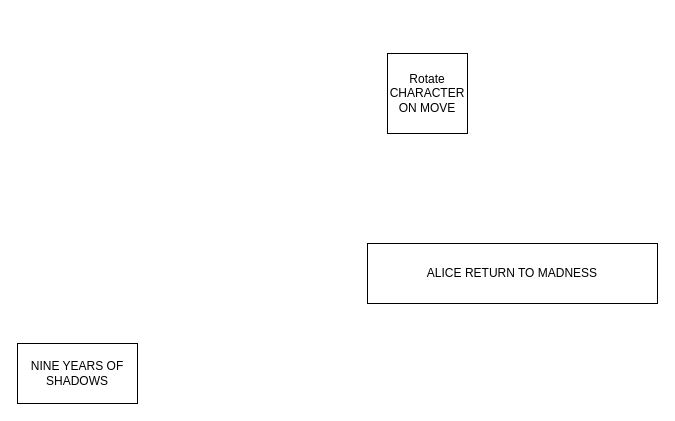
SantoLeSaintPere/EPSAA-2024-BOSS-RUSH keeps this draw.io diagram as GDD.drawio. Above is the earlier version. Source tidied: cells renumbered, new cells numbered last; positions are measured from the earlier drawing's top-left corner, leaving out a move shared by most shapes. Both pictures are drawn from the tidied source at 100%, with x=0, y=0 at pixel (17, 53).
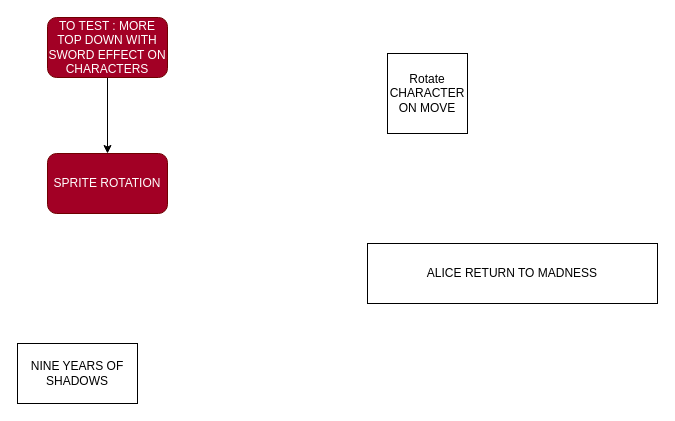
After the change.

Diff of the diagram source:
```diff
@@
 <mxGraphModel>
   <root>
     <mxCell id="0" />
     <mxCell id="1" parent="0" />
     <mxCell id="2" value="Rotate CHARACTER ON MOVE" style="whiteSpace=wrap;html=1;" parent="1" vertex="1">
       <mxGeometry x="370" width="80" height="80" as="geometry" />
     </mxCell>
     <mxCell id="3" value="ALICE RETURN TO MADNESS" style="rounded=0;whiteSpace=wrap;html=1;" parent="1" vertex="1">
       <mxGeometry x="350" y="190" width="290" height="60" as="geometry" />
     </mxCell>
     <mxCell id="4" value="NINE YEARS OF SHADOWS" style="rounded=0;whiteSpace=wrap;html=1;" parent="1" vertex="1">
       <mxGeometry y="290" width="120" height="60" as="geometry" />
     </mxCell>
+    <mxCell id="5" style="edgeStyle=orthogonalEdgeStyle;rounded=0;jettySize=auto;html=1;exitX=0.5;exitY=1;exitDx=0;exitDy=0;" parent="1" edge="1" source="6" target="7">
+      <mxGeometry relative="1" as="geometry" />
+    </mxCell>
+    <mxCell id="6" value="TO TEST : MORE TOP DOWN WITH SWORD EFFECT ON CHARACTERS" style="rounded=1;whiteSpace=wrap;html=1;fillColor=#a20025;fontColor=#ffffff;strokeColor=#6F0000;" parent="1" vertex="1">
+      <mxGeometry x="30" y="-36" width="120" height="60" as="geometry" />
+    </mxCell>
+    <mxCell id="7" value="SPRITE ROTATION" style="rounded=1;whiteSpace=wrap;html=1;fillColor=#a20025;fontColor=#ffffff;strokeColor=#6F0000;" parent="1" vertex="1">
+      <mxGeometry x="30" y="100" width="120" height="60" as="geometry" />
+    </mxCell>
   </root>
 </mxGraphModel>
```
